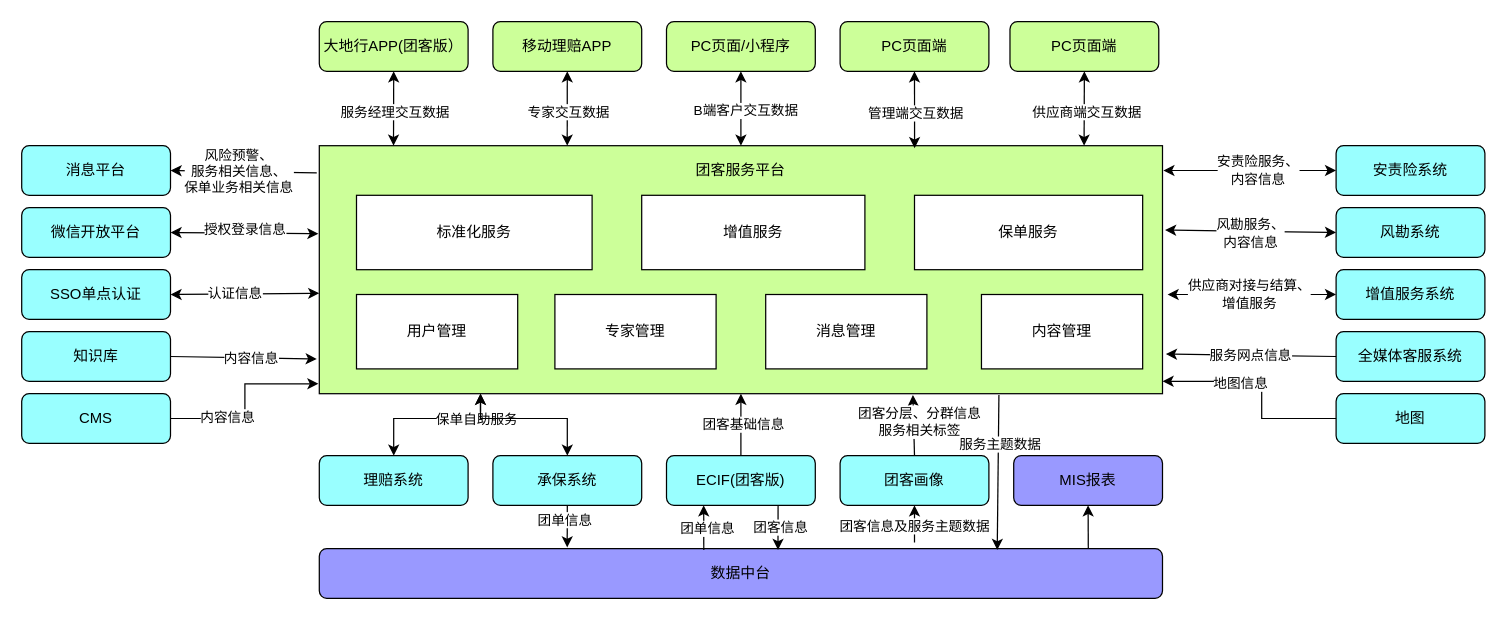
Earlier version of the draw.io diagram 团客总体设计.drawio (loc1129/tech). Source tidied: cells renumbered, new cells numbered last; positions are measured from the earlier drawing's top-left corner, leaving out a move shared by most shapes. Both pictures are drawn from the tidied source at 124%, with x=0, y=0 at pixel (21, 21).
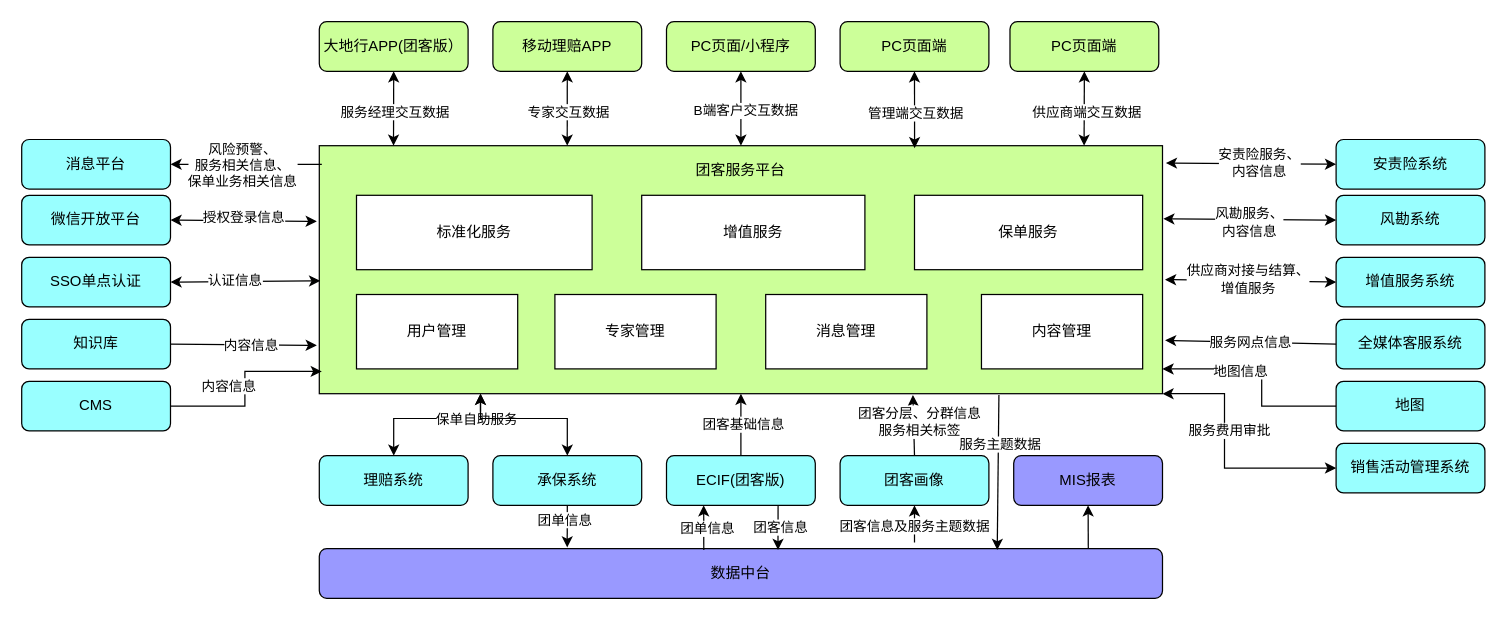
The same page after the edit.

Commit message:
更新团客总体设计.drawio

The change refers to these unchanged cells:
```xml
<mxCell id="2" style="rounded=0;whiteSpace=wrap;html=1;fillColor=#CCFF99;" parent="1" vertex="1">
  <mxGeometry x="240" y="100" width="680" height="200" as="geometry" />
</mxCell>
```

Diff of the diagram source:
```diff
@@
     <mxCell id="17" value="消息平台" style="rounded=1;whiteSpace=wrap;html=1;fillColor=#99FFFF;" parent="1" vertex="1">
-      <mxGeometry y="100" width="120" height="40" as="geometry" />
+      <mxGeometry y="95" width="120" height="40" as="geometry" />
     </mxCell>
     <mxCell id="18" value="地图" style="rounded=1;whiteSpace=wrap;html=1;fillColor=#99FFFF;" parent="1" vertex="1">
-      <mxGeometry x="1060" y="300" width="120" height="40" as="geometry" />
+      <mxGeometry x="1060" y="290" width="120" height="40" as="geometry" />
     </mxCell>
     <mxCell id="19" value="知识库" style="rounded=1;whiteSpace=wrap;html=1;fillColor=#99FFFF;" parent="1" vertex="1">
-      <mxGeometry y="250" width="120" height="40" as="geometry" />
+      <mxGeometry y="240" width="120" height="40" as="geometry" />
     </mxCell>
     <mxCell id="20" value="安责险系统" style="rounded=1;whiteSpace=wrap;html=1;fillColor=#99FFFF;" parent="1" vertex="1">
-      <mxGeometry x="1060" y="100" width="120" height="40" as="geometry" />
+      <mxGeometry x="1060" y="95" width="120" height="40" as="geometry" />
     </mxCell>
     <mxCell id="21" value="风勘系统" style="rounded=1;whiteSpace=wrap;html=1;fillColor=#99FFFF;" parent="1" vertex="1">
-      <mxGeometry x="1060" y="150" width="120" height="40" as="geometry" />
+      <mxGeometry x="1060" y="140" width="120" height="40" as="geometry" />
     </mxCell>
     <mxCell id="22" value="增值服务系统" style="rounded=1;whiteSpace=wrap;html=1;fillColor=#99FFFF;" parent="1" vertex="1">
-      <mxGeometry x="1060" y="200" width="120" height="40" as="geometry" />
+      <mxGeometry x="1060" y="190" width="120" height="40" as="geometry" />
     </mxCell>
-    <mxCell id="23" style="endArrow=classic;html=1;rounded=0;exitX=-0.003;exitY=0.11;exitDx=0;exitDy=0;exitPerimeter=0;entryX=1;entryY=0.5;entryDx=0;entryDy=0;" parent="1" edge="1" source="2" target="17">
+    <mxCell id="23" style="endArrow=classic;html=1;rounded=0;exitX=0.003;exitY=0.075;exitDx=0;exitDy=0;exitPerimeter=0;entryX=1;entryY=0.5;entryDx=0;entryDy=0;" parent="1" edge="1" source="2" target="17">
       <mxGeometry relative="1" as="geometry" />
     </mxCell>
@@
-    <mxCell id="25" style="endArrow=classic;html=1;rounded=0;exitX=0;exitY=0.5;exitDx=0;exitDy=0;entryX=1.006;entryY=0.97;entryDx=0;entryDy=0;entryPerimeter=0;" parent="1" edge="1" source="18">
+    <mxCell id="25" style="endArrow=classic;html=1;rounded=0;exitX=0;exitY=0.5;exitDx=0;exitDy=0;" parent="1" edge="1" source="18">
       <mxGeometry relative="1" as="geometry">
-        <mxPoint x="920" y="290" as="targetPoint" />
+        <mxPoint x="920" y="280" as="targetPoint" />
         <Array as="points">
-          <mxPoint x="1000" y="320" />
-          <mxPoint x="1000" y="290" />
+          <mxPoint x="1000" y="310" />
+          <mxPoint x="1000" y="280" />
         </Array>
       </mxGeometry>
     </mxCell>
@@
-    <mxCell id="27" style="endArrow=classic;html=1;rounded=0;exitX=1;exitY=0.5;exitDx=0;exitDy=0;entryX=-0.003;entryY=0.86;entryDx=0;entryDy=0;entryPerimeter=0;" parent="1" edge="1" source="19" target="2">
+    <mxCell id="27" style="endArrow=classic;html=1;rounded=0;exitX=1;exitY=0.5;exitDx=0;exitDy=0;entryX=-0.003;entryY=0.805;entryDx=0;entryDy=0;entryPerimeter=0;" parent="1" edge="1" source="19" target="2">
       <mxGeometry relative="1" as="geometry" />
     </mxCell>
@@
-    <mxCell id="29" style="endArrow=classic;startArrow=classic;html=1;rounded=0;exitX=1.001;exitY=0.1;exitDx=0;exitDy=0;exitPerimeter=0;entryX=0;entryY=0.5;entryDx=0;entryDy=0;" parent="1" edge="1" source="2" target="20">
+    <mxCell id="29" style="endArrow=classic;startArrow=classic;html=1;rounded=0;exitX=1.004;exitY=0.07;exitDx=0;exitDy=0;exitPerimeter=0;entryX=0;entryY=0.5;entryDx=0;entryDy=0;" parent="1" edge="1" source="2" target="20">
       <mxGeometry relative="1" as="geometry" />
     </mxCell>
@@
-    <mxCell id="31" style="endArrow=classic;startArrow=classic;html=1;rounded=0;entryX=0;entryY=0.5;entryDx=0;entryDy=0;exitX=1.003;exitY=0.34;exitDx=0;exitDy=0;exitPerimeter=0;" parent="1" edge="1" source="2" target="21">
+    <mxCell id="31" style="endArrow=classic;startArrow=classic;html=1;rounded=0;entryX=0;entryY=0.5;entryDx=0;entryDy=0;exitX=1.001;exitY=0.295;exitDx=0;exitDy=0;exitPerimeter=0;" parent="1" edge="1" source="2" target="21">
       <mxGeometry relative="1" as="geometry" />
     </mxCell>
@@
-    <mxCell id="33" style="endArrow=classic;startArrow=classic;html=1;rounded=0;exitX=1.006;exitY=0.6;exitDx=0;exitDy=0;exitPerimeter=0;entryX=0;entryY=0.5;entryDx=0;entryDy=0;" parent="1" edge="1" source="2" target="22">
+    <mxCell id="33" style="endArrow=classic;startArrow=classic;html=1;rounded=0;exitX=1.003;exitY=0.54;exitDx=0;exitDy=0;exitPerimeter=0;entryX=0;entryY=0.5;entryDx=0;entryDy=0;" parent="1" edge="1" source="2" target="22">
       <mxGeometry relative="1" as="geometry" />
     </mxCell>
@@
     <mxCell id="55" value="全媒体客服系统" style="rounded=1;whiteSpace=wrap;html=1;fillColor=#99FFFF;" parent="1" vertex="1">
-      <mxGeometry x="1060" y="250" width="120" height="40" as="geometry" />
+      <mxGeometry x="1060" y="240" width="120" height="40" as="geometry" />
     </mxCell>
-    <mxCell id="56" style="endArrow=classic;html=1;rounded=0;entryX=1.004;entryY=0.84;entryDx=0;entryDy=0;entryPerimeter=0;exitX=0;exitY=0.5;exitDx=0;exitDy=0;" parent="1" edge="1" source="55" target="2">
+    <mxCell id="56" style="endArrow=classic;html=1;rounded=0;entryX=1.003;entryY=0.785;entryDx=0;entryDy=0;entryPerimeter=0;exitX=0;exitY=0.5;exitDx=0;exitDy=0;" parent="1" edge="1" source="55" target="2">
       <mxGeometry relative="1" as="geometry" />
     </mxCell>
@@
     <mxCell id="69" value="CMS" style="rounded=1;whiteSpace=wrap;html=1;fillColor=#99FFFF;" parent="1" vertex="1">
-      <mxGeometry y="300" width="120" height="40" as="geometry" />
+      <mxGeometry y="290" width="120" height="40" as="geometry" />
     </mxCell>
-    <mxCell id="70" style="endArrow=classic;html=1;rounded=0;exitX=1;exitY=0.5;exitDx=0;exitDy=0;entryX=-0.001;entryY=0.96;entryDx=0;entryDy=0;entryPerimeter=0;" parent="1" edge="1" source="69" target="2">
+    <mxCell id="70" style="endArrow=classic;html=1;rounded=0;exitX=1;exitY=0.5;exitDx=0;exitDy=0;entryX=0.003;entryY=0.91;entryDx=0;entryDy=0;entryPerimeter=0;" parent="1" edge="1" source="69" target="2">
       <mxGeometry relative="1" as="geometry">
         <Array as="points">
-          <mxPoint x="180" y="320" />
-          <mxPoint x="180" y="292" />
+          <mxPoint x="180" y="310" />
+          <mxPoint x="180" y="282" />
         </Array>
       </mxGeometry>
     </mxCell>
     <mxCell id="71" value="内容信息" style="edgeLabel;html=1;align=center;verticalAlign=middle;" parent="70" vertex="1">
-      <mxGeometry x="-0.39" y="2" relative="1" as="geometry" />
+      <mxGeometry x="-0.39" y="2" relative="1" as="geometry">
+        <mxPoint y="-15" as="offset" />
+      </mxGeometry>
     </mxCell>
@@
     <mxCell id="74" value="SSO单点认证" style="rounded=1;whiteSpace=wrap;html=1;fillColor=#99FFFF;" parent="1" vertex="1">
-      <mxGeometry y="200" width="120" height="40" as="geometry" />
+      <mxGeometry y="190" width="120" height="40" as="geometry" />
     </mxCell>
-    <mxCell id="75" style="endArrow=classic;startArrow=classic;html=1;rounded=0;exitX=1;exitY=0.5;exitDx=0;exitDy=0;entryX=0;entryY=0.595;entryDx=0;entryDy=0;entryPerimeter=0;" parent="1" edge="1" source="74" target="2">
+    <mxCell id="75" style="endArrow=classic;startArrow=classic;html=1;rounded=0;exitX=1;exitY=0.5;exitDx=0;exitDy=0;entryX=0.001;entryY=0.545;entryDx=0;entryDy=0;entryPerimeter=0;" parent="1" edge="1" source="74" target="2">
       <mxGeometry relative="1" as="geometry" />
     </mxCell>
@@
     <mxCell id="77" value="微信开放平台" style="rounded=1;whiteSpace=wrap;html=1;fillColor=#99FFFF;" parent="1" vertex="1">
-      <mxGeometry y="150" width="120" height="40" as="geometry" />
+      <mxGeometry y="140" width="120" height="40" as="geometry" />
     </mxCell>
-    <mxCell id="78" style="endArrow=classic;startArrow=classic;html=1;rounded=0;exitX=1;exitY=0.5;exitDx=0;exitDy=0;entryX=-0.001;entryY=0.355;entryDx=0;entryDy=0;entryPerimeter=0;" parent="1" edge="1" source="77" target="2">
+    <mxCell id="78" style="endArrow=classic;startArrow=classic;html=1;rounded=0;exitX=1;exitY=0.5;exitDx=0;exitDy=0;entryX=-0.003;entryY=0.305;entryDx=0;entryDy=0;entryPerimeter=0;" parent="1" edge="1" source="77" target="2">
       <mxGeometry relative="1" as="geometry" />
     </mxCell>
@@
+    <mxCell id="80" value="销售活动管理系统" style="rounded=1;whiteSpace=wrap;html=1;fillColor=#99FFFF;" parent="1" vertex="1">
+      <mxGeometry x="1060" y="340" width="120" height="40" as="geometry" />
+    </mxCell>
+    <mxCell id="81" style="endArrow=classic;startArrow=classic;html=1;rounded=0;entryX=1;entryY=1;entryDx=0;entryDy=0;exitX=0;exitY=0.5;exitDx=0;exitDy=0;" parent="1" edge="1" source="80" target="2">
+      <mxGeometry relative="1" as="geometry">
+        <Array as="points">
+          <mxPoint x="970" y="360" />
+          <mxPoint x="970" y="300" />
+        </Array>
+      </mxGeometry>
+    </mxCell>
+    <mxCell id="82" value="服务费用审批" style="edgeLabel;html=1;align=center;verticalAlign=middle;" parent="81" vertex="1">
+      <mxGeometry x="0.21" y="-3" relative="1" as="geometry" />
+    </mxCell>
```
